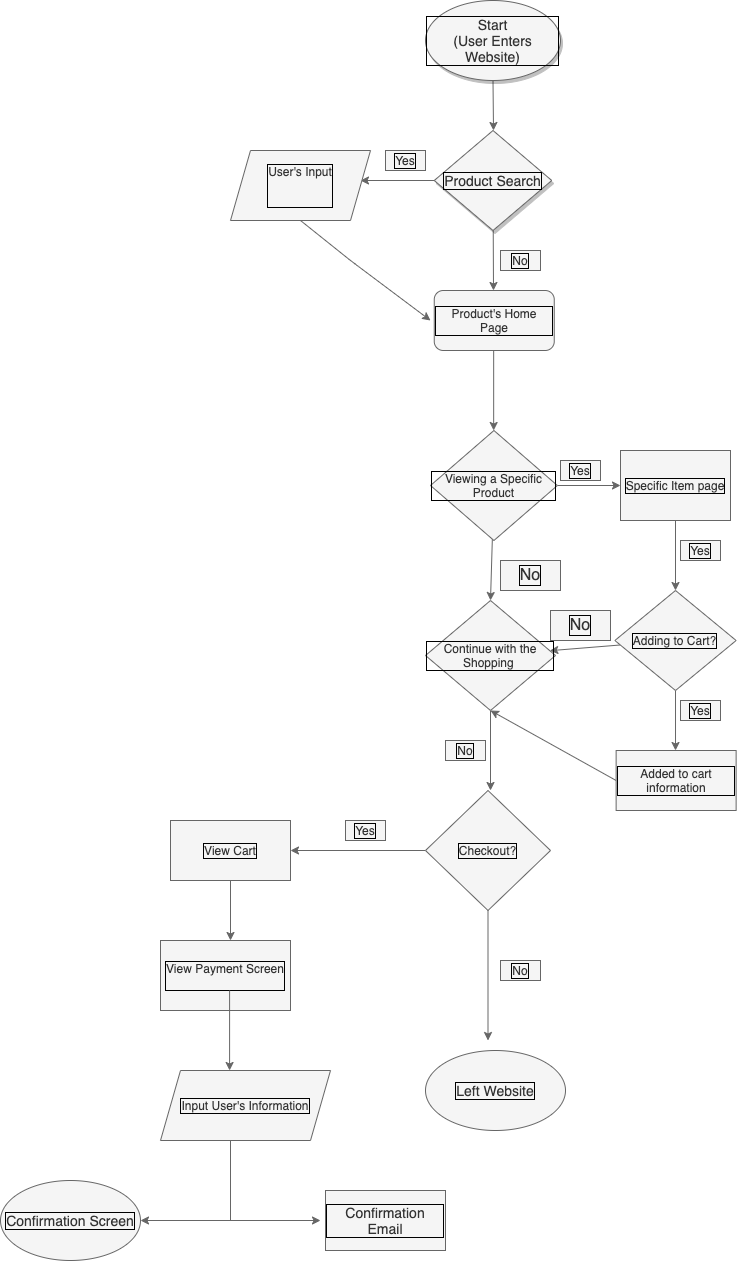
The draw.io diagram explore/diagramming/diagram.drawio.png in namburiamit/sp23-cse110-lab4, before a commit. Source tidied: cells renumbered, new cells last; positions are measured from the earlier drawing's top-left corner, leaving out a move shared by most shapes.
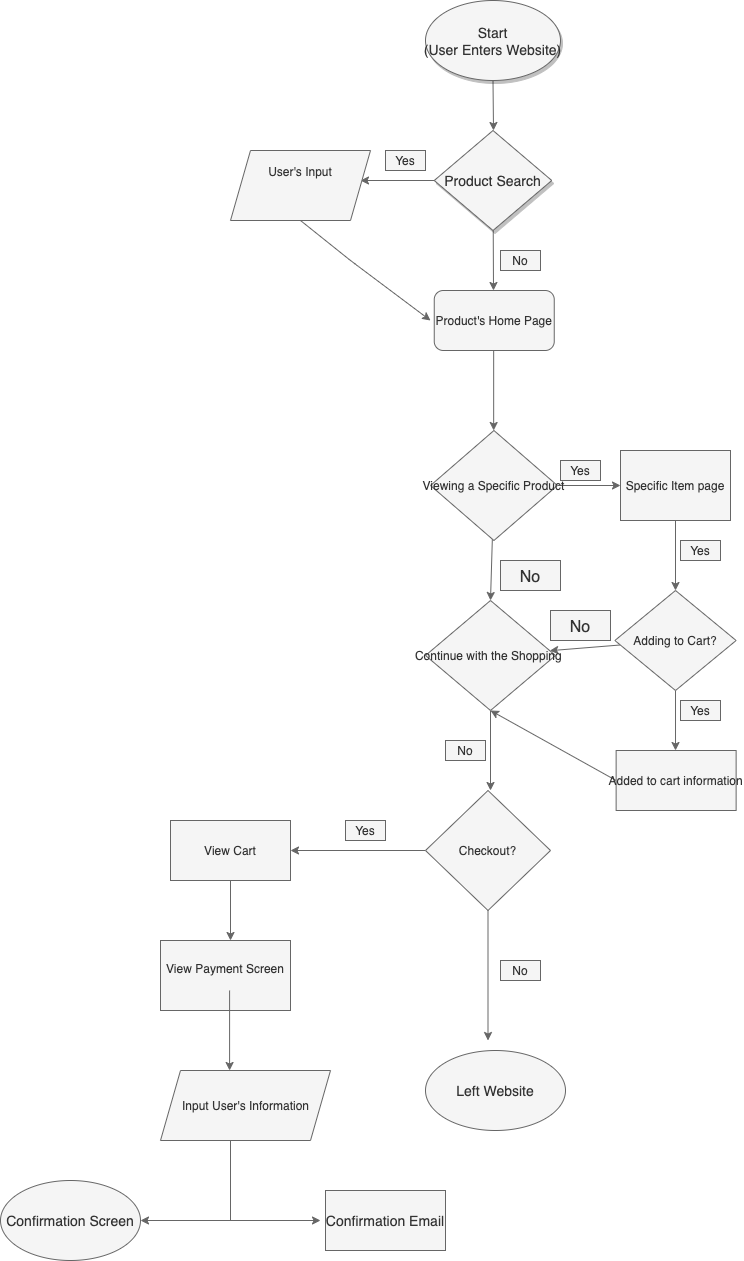
The same file after the commit.

What changed in the source:
```diff
@@ -2,40 +2,40 @@
   <root>
     <mxCell id="0" />
     <mxCell id="1" parent="0" />
-    <mxCell id="2" style="edgeStyle=none;fontSize=14;fillColor=#f5f5f5;strokeColor=#666666;fontColor=#000000;labelBorderColor=default;" parent="1" edge="1" source="3">
+    <mxCell id="2" style="edgeStyle=none;fontSize=14;fillColor=#f5f5f5;strokeColor=#666666;fontColor=#000000;labelBorderColor=none;" parent="1" edge="1" source="3">
       <mxGeometry relative="1" as="geometry">
         <mxPoint x="493" y="130" as="targetPoint" />
       </mxGeometry>
     </mxCell>
-    <mxCell id="3" value="Start&#10;(User Enters Website)" style="ellipse;whiteSpace=wrap;shadow=1;fontSize=14;fillColor=#f5f5f5;strokeColor=#666666;fontColor=#333333;labelBorderColor=default;" parent="1" vertex="1">
+    <mxCell id="3" value="Start&#10;(User Enters Website)" style="ellipse;shadow=1;fontSize=14;fillColor=#f5f5f5;strokeColor=#666666;fontColor=#333333;labelBorderColor=none;" parent="1" vertex="1">
       <mxGeometry x="425" width="135" height="80" as="geometry" />
     </mxCell>
-    <mxCell id="4" style="edgeStyle=none;fillColor=#f5f5f5;strokeColor=#666666;fontColor=#000000;labelBorderColor=default;" parent="1" edge="1" source="6">
+    <mxCell id="4" style="edgeStyle=none;fillColor=#f5f5f5;strokeColor=#666666;fontColor=#000000;labelBorderColor=none;" parent="1" edge="1" source="6">
       <mxGeometry relative="1" as="geometry">
         <mxPoint x="360" y="180" as="targetPoint" />
       </mxGeometry>
     </mxCell>
-    <mxCell id="5" style="edgeStyle=none;fontColor=#000000;fillColor=#f5f5f5;strokeColor=#666666;labelBorderColor=default;" parent="1" edge="1" source="6">
+    <mxCell id="5" style="edgeStyle=none;fontColor=#000000;fillColor=#f5f5f5;strokeColor=#666666;labelBorderColor=none;" parent="1" edge="1" source="6">
       <mxGeometry relative="1" as="geometry">
         <mxPoint x="493" y="290" as="targetPoint" />
       </mxGeometry>
     </mxCell>
-    <mxCell id="6" value="Product Search" style="rhombus;whiteSpace=wrap;shadow=1;fontSize=14;fillColor=#f5f5f5;strokeColor=#666666;fontColor=#333333;labelBorderColor=default;" parent="1" vertex="1">
+    <mxCell id="6" value="Product Search" style="rhombus;shadow=1;fontSize=14;fillColor=#f5f5f5;strokeColor=#666666;fontColor=#333333;labelBorderColor=none;" parent="1" vertex="1">
       <mxGeometry x="433.8" y="130" width="117.5" height="100" as="geometry" />
     </mxCell>
-    <mxCell id="7" value="Yes" style="text;align=center;verticalAlign=middle;whiteSpace=wrap;rounded=0;fillColor=#f5f5f5;strokeColor=#666666;fontColor=#333333;labelBorderColor=default;" parent="1" vertex="1">
+    <mxCell id="7" value="Yes" style="text;align=center;verticalAlign=middle;rounded=0;fillColor=#f5f5f5;strokeColor=#666666;fontColor=#333333;labelBorderColor=none;" parent="1" vertex="1">
       <mxGeometry x="385" y="150" width="40" height="20" as="geometry" />
     </mxCell>
-    <mxCell id="8" value="User's Input&#10;&#10;" style="shape=parallelogram;perimeter=parallelogramPerimeter;whiteSpace=wrap;fixedSize=1;fillColor=#f5f5f5;strokeColor=#666666;fontColor=#333333;labelBorderColor=default;" parent="1" vertex="1">
+    <mxCell id="8" value="User's Input&#10;&#10;" style="shape=parallelogram;perimeter=parallelogramPerimeter;fixedSize=1;fillColor=#f5f5f5;strokeColor=#666666;fontColor=#333333;labelBorderColor=none;" parent="1" vertex="1">
       <mxGeometry x="230" y="150" width="140" height="70" as="geometry" />
     </mxCell>
-    <mxCell id="9" value="Product's Home Page" style="rounded=1;whiteSpace=wrap;fillColor=#f5f5f5;strokeColor=#666666;fontColor=#333333;labelBorderColor=default;" parent="1" vertex="1">
+    <mxCell id="9" value="Product's Home Page" style="rounded=1;fillColor=#f5f5f5;strokeColor=#666666;fontColor=#333333;labelBorderColor=none;" parent="1" vertex="1">
       <mxGeometry x="433.8" y="290" width="120" height="60" as="geometry" />
     </mxCell>
-    <mxCell id="10" value="No" style="text;align=center;verticalAlign=middle;whiteSpace=wrap;rounded=0;fillColor=#f5f5f5;strokeColor=#666666;fontColor=#333333;labelBorderColor=default;" parent="1" vertex="1">
+    <mxCell id="10" value="No" style="text;align=center;verticalAlign=middle;rounded=0;fillColor=#f5f5f5;strokeColor=#666666;fontColor=#333333;labelBorderColor=none;" parent="1" vertex="1">
       <mxGeometry x="500" y="250" width="40" height="20" as="geometry" />
     </mxCell>
-    <mxCell id="11" style="edgeStyle=none;exitX=0.5;exitY=1;exitDx=0;exitDy=0;fillColor=#f5f5f5;strokeColor=#666666;fontColor=#000000;labelBorderColor=default;" parent="1" edge="1" source="8">
+    <mxCell id="11" style="edgeStyle=none;exitX=0.5;exitY=1;exitDx=0;exitDy=0;fillColor=#f5f5f5;strokeColor=#666666;fontColor=#000000;labelBorderColor=none;" parent="1" edge="1" source="8">
       <mxGeometry relative="1" as="geometry">
         <mxPoint x="430" y="320" as="targetPoint" />
         <Array as="points">
@@ -43,137 +43,137 @@
         </Array>
       </mxGeometry>
     </mxCell>
-    <mxCell id="12" style="edgeStyle=none;fontColor=#000000;fillColor=#f5f5f5;strokeColor=#666666;labelBorderColor=default;" parent="1" edge="1">
+    <mxCell id="12" style="edgeStyle=none;fontColor=#000000;fillColor=#f5f5f5;strokeColor=#666666;labelBorderColor=none;" parent="1" edge="1">
       <mxGeometry relative="1" as="geometry">
         <mxPoint x="493.2" y="350" as="sourcePoint" />
         <mxPoint x="493.2" y="430" as="targetPoint" />
       </mxGeometry>
     </mxCell>
-    <mxCell id="13" style="edgeStyle=none;entryX=0;entryY=0.5;entryDx=0;entryDy=0;fontColor=#000000;fillColor=#f5f5f5;strokeColor=#666666;labelBorderColor=default;" parent="1" edge="1" source="15" target="17">
+    <mxCell id="13" style="edgeStyle=none;entryX=0;entryY=0.5;entryDx=0;entryDy=0;fontColor=#000000;fillColor=#f5f5f5;strokeColor=#666666;labelBorderColor=none;" parent="1" edge="1" source="15" target="17">
       <mxGeometry relative="1" as="geometry" />
     </mxCell>
-    <mxCell id="14" style="edgeStyle=none;entryX=0.5;entryY=0;entryDx=0;entryDy=0;fontColor=#000000;fillColor=#f5f5f5;strokeColor=#666666;labelBorderColor=default;" parent="1" edge="1" source="15" target="27">
+    <mxCell id="14" style="edgeStyle=none;entryX=0.5;entryY=0;entryDx=0;entryDy=0;fontColor=#000000;fillColor=#f5f5f5;strokeColor=#666666;labelBorderColor=none;" parent="1" edge="1" source="15" target="27">
       <mxGeometry relative="1" as="geometry" />
     </mxCell>
-    <mxCell id="15" value="Viewing a Specific Product" style="rhombus;whiteSpace=wrap;fillColor=#f5f5f5;strokeColor=#666666;fontColor=#333333;labelBorderColor=default;" parent="1" vertex="1">
+    <mxCell id="15" value="Viewing a Specific Product" style="rhombus;fillColor=#f5f5f5;strokeColor=#666666;fontColor=#333333;labelBorderColor=none;" parent="1" vertex="1">
       <mxGeometry x="430" y="430" width="126.9" height="110" as="geometry" />
     </mxCell>
-    <mxCell id="16" style="edgeStyle=none;fontColor=#000000;fillColor=#f5f5f5;strokeColor=#666666;labelBorderColor=default;" parent="1" edge="1" source="17">
+    <mxCell id="16" style="edgeStyle=none;fontColor=#000000;fillColor=#f5f5f5;strokeColor=#666666;labelBorderColor=none;" parent="1" edge="1" source="17">
       <mxGeometry relative="1" as="geometry">
         <mxPoint x="675" y="590" as="targetPoint" />
       </mxGeometry>
     </mxCell>
-    <mxCell id="17" value="Specific Item page" style="whiteSpace=wrap;fillColor=#f5f5f5;strokeColor=#666666;fontColor=#333333;labelBorderColor=default;" parent="1" vertex="1">
+    <mxCell id="17" value="Specific Item page" style="fillColor=#f5f5f5;strokeColor=#666666;fontColor=#333333;labelBorderColor=none;" parent="1" vertex="1">
       <mxGeometry x="620" y="450" width="110" height="70" as="geometry" />
     </mxCell>
-    <mxCell id="18" value="Yes" style="text;align=center;verticalAlign=middle;whiteSpace=wrap;rounded=0;fillColor=#f5f5f5;strokeColor=#666666;fontColor=#333333;labelBorderColor=default;" parent="1" vertex="1">
+    <mxCell id="18" value="Yes" style="text;align=center;verticalAlign=middle;rounded=0;fillColor=#f5f5f5;strokeColor=#666666;fontColor=#333333;labelBorderColor=none;" parent="1" vertex="1">
       <mxGeometry x="560" y="460" width="40" height="20" as="geometry" />
     </mxCell>
-    <mxCell id="19" value="Yes" style="text;align=center;verticalAlign=middle;whiteSpace=wrap;rounded=0;fillColor=#f5f5f5;strokeColor=#666666;fontColor=#333333;labelBorderColor=default;" parent="1" vertex="1">
+    <mxCell id="19" value="Yes" style="text;align=center;verticalAlign=middle;rounded=0;fillColor=#f5f5f5;strokeColor=#666666;fontColor=#333333;labelBorderColor=none;" parent="1" vertex="1">
       <mxGeometry x="680" y="540" width="40" height="20" as="geometry" />
     </mxCell>
-    <mxCell id="20" style="edgeStyle=none;fontColor=#000000;fillColor=#f5f5f5;strokeColor=#666666;labelBorderColor=default;" parent="1" edge="1" source="22">
+    <mxCell id="20" style="edgeStyle=none;fontColor=#000000;fillColor=#f5f5f5;strokeColor=#666666;labelBorderColor=none;" parent="1" edge="1" source="22">
       <mxGeometry relative="1" as="geometry">
         <mxPoint x="675" y="750" as="targetPoint" />
       </mxGeometry>
     </mxCell>
-    <mxCell id="21" style="edgeStyle=none;fontColor=#000000;fillColor=#f5f5f5;strokeColor=#666666;labelBorderColor=default;" parent="1" edge="1" source="22" target="27">
+    <mxCell id="21" style="edgeStyle=none;fontColor=#000000;fillColor=#f5f5f5;strokeColor=#666666;labelBorderColor=none;" parent="1" edge="1" source="22" target="27">
       <mxGeometry relative="1" as="geometry" />
     </mxCell>
-    <mxCell id="22" value="Adding to Cart?" style="rhombus;whiteSpace=wrap;fillColor=#f5f5f5;strokeColor=#666666;fontColor=#333333;labelBorderColor=default;" parent="1" vertex="1">
+    <mxCell id="22" value="Adding to Cart?" style="rhombus;fillColor=#f5f5f5;strokeColor=#666666;fontColor=#333333;labelBorderColor=none;" parent="1" vertex="1">
       <mxGeometry x="614.4" y="590" width="121.2" height="100" as="geometry" />
     </mxCell>
-    <mxCell id="23" value="Yes" style="text;align=center;verticalAlign=middle;whiteSpace=wrap;rounded=0;fillColor=#f5f5f5;strokeColor=#666666;fontColor=#333333;labelBorderColor=default;" parent="1" vertex="1">
+    <mxCell id="23" value="Yes" style="text;align=center;verticalAlign=middle;rounded=0;fillColor=#f5f5f5;strokeColor=#666666;fontColor=#333333;labelBorderColor=none;" parent="1" vertex="1">
       <mxGeometry x="680" y="700" width="40" height="20" as="geometry" />
     </mxCell>
-    <mxCell id="24" style="edgeStyle=none;exitX=0;exitY=0.5;exitDx=0;exitDy=0;entryX=0.5;entryY=1;entryDx=0;entryDy=0;fontColor=#000000;fillColor=#f5f5f5;strokeColor=#666666;labelBorderColor=default;" parent="1" edge="1" source="25" target="27">
+    <mxCell id="24" style="edgeStyle=none;exitX=0;exitY=0.5;exitDx=0;exitDy=0;entryX=0.5;entryY=1;entryDx=0;entryDy=0;fontColor=#000000;fillColor=#f5f5f5;strokeColor=#666666;labelBorderColor=none;" parent="1" edge="1" source="25" target="27">
       <mxGeometry relative="1" as="geometry" />
     </mxCell>
-    <mxCell id="25" value="Added to cart information" style="whiteSpace=wrap;fillColor=#f5f5f5;strokeColor=#666666;fontColor=#333333;labelBorderColor=default;" parent="1" vertex="1">
+    <mxCell id="25" value="Added to cart information" style="fillColor=#f5f5f5;strokeColor=#666666;fontColor=#333333;labelBorderColor=none;" parent="1" vertex="1">
       <mxGeometry x="615.6" y="750" width="120" height="60" as="geometry" />
     </mxCell>
-    <mxCell id="26" style="edgeStyle=none;fontColor=#000000;fillColor=#f5f5f5;strokeColor=#666666;labelBorderColor=default;" parent="1" edge="1">
+    <mxCell id="26" style="edgeStyle=none;fontColor=#000000;fillColor=#f5f5f5;strokeColor=#666666;labelBorderColor=none;" parent="1" edge="1">
       <mxGeometry relative="1" as="geometry">
         <mxPoint x="490" y="710" as="sourcePoint" />
         <mxPoint x="490" y="790" as="targetPoint" />
       </mxGeometry>
     </mxCell>
-    <mxCell id="27" value="Continue with the Shopping " style="rhombus;whiteSpace=wrap;fillColor=#f5f5f5;strokeColor=#666666;fontColor=#333333;labelBorderColor=default;" parent="1" vertex="1">
+    <mxCell id="27" value="Continue with the Shopping " style="rhombus;fillColor=#f5f5f5;strokeColor=#666666;fontColor=#333333;labelBorderColor=none;" parent="1" vertex="1">
       <mxGeometry x="425" y="600" width="130" height="110" as="geometry" />
     </mxCell>
-    <mxCell id="28" value="No" style="text;align=center;verticalAlign=middle;whiteSpace=wrap;rounded=0;fillColor=#f5f5f5;strokeColor=#666666;fontColor=#333333;labelBorderColor=default;" parent="1" vertex="1">
+    <mxCell id="28" value="No" style="text;align=center;verticalAlign=middle;rounded=0;fillColor=#f5f5f5;strokeColor=#666666;fontColor=#333333;labelBorderColor=none;" parent="1" vertex="1">
       <mxGeometry x="445" y="740" width="40" height="20" as="geometry" />
     </mxCell>
-    <mxCell id="29" style="edgeStyle=none;fontColor=#000000;fillColor=#f5f5f5;strokeColor=#666666;labelBorderColor=default;" parent="1" edge="1" source="31">
+    <mxCell id="29" style="edgeStyle=none;fontColor=#000000;fillColor=#f5f5f5;strokeColor=#666666;labelBorderColor=none;" parent="1" edge="1" source="31">
       <mxGeometry relative="1" as="geometry">
         <mxPoint x="290" y="850" as="targetPoint" />
       </mxGeometry>
     </mxCell>
-    <mxCell id="30" style="edgeStyle=none;fontSize=16;fontColor=#000000;fillColor=#f5f5f5;strokeColor=#666666;labelBorderColor=default;" parent="1" edge="1" source="31">
+    <mxCell id="30" style="edgeStyle=none;fontSize=16;fontColor=#000000;fillColor=#f5f5f5;strokeColor=#666666;labelBorderColor=none;" parent="1" edge="1" source="31">
       <mxGeometry relative="1" as="geometry">
         <mxPoint x="487.5" y="1040" as="targetPoint" />
       </mxGeometry>
     </mxCell>
-    <mxCell id="31" value="Checkout?" style="rhombus;whiteSpace=wrap;fillColor=#f5f5f5;strokeColor=#666666;fontColor=#333333;labelBorderColor=default;" parent="1" vertex="1">
+    <mxCell id="31" value="Checkout?" style="rhombus;fillColor=#f5f5f5;strokeColor=#666666;fontColor=#333333;labelBorderColor=none;" parent="1" vertex="1">
       <mxGeometry x="425" y="790" width="125" height="120" as="geometry" />
     </mxCell>
-    <mxCell id="32" value="Yes" style="text;align=center;verticalAlign=middle;whiteSpace=wrap;rounded=0;fillColor=#f5f5f5;strokeColor=#666666;fontColor=#333333;labelBorderColor=default;" parent="1" vertex="1">
+    <mxCell id="32" value="Yes" style="text;align=center;verticalAlign=middle;rounded=0;fillColor=#f5f5f5;strokeColor=#666666;fontColor=#333333;labelBorderColor=none;" parent="1" vertex="1">
       <mxGeometry x="345" y="820" width="40" height="20" as="geometry" />
     </mxCell>
-    <mxCell id="33" style="edgeStyle=none;fontColor=#000000;fillColor=#f5f5f5;strokeColor=#666666;labelBorderColor=default;" parent="1" edge="1" source="34">
+    <mxCell id="33" style="edgeStyle=none;fontColor=#000000;fillColor=#f5f5f5;strokeColor=#666666;labelBorderColor=none;" parent="1" edge="1" source="34">
       <mxGeometry relative="1" as="geometry">
         <mxPoint x="230" y="940" as="targetPoint" />
       </mxGeometry>
     </mxCell>
-    <mxCell id="34" value="View Cart" style="whiteSpace=wrap;fillColor=#f5f5f5;strokeColor=#666666;fontColor=#333333;labelBorderColor=default;" parent="1" vertex="1">
+    <mxCell id="34" value="View Cart" style="fillColor=#f5f5f5;strokeColor=#666666;fontColor=#333333;labelBorderColor=none;" parent="1" vertex="1">
       <mxGeometry x="170" y="820" width="120" height="60" as="geometry" />
     </mxCell>
-    <mxCell id="35" value="View Payment Screen&#10;" style="whiteSpace=wrap;fillColor=#f5f5f5;strokeColor=#666666;fontColor=#333333;labelBorderColor=default;" parent="1" vertex="1">
+    <mxCell id="35" value="View Payment Screen&#10;" style="fillColor=#f5f5f5;strokeColor=#666666;fontColor=#333333;labelBorderColor=none;" parent="1" vertex="1">
       <mxGeometry x="160" y="940" width="130" height="70" as="geometry" />
     </mxCell>
-    <mxCell id="36" style="endArrow=none;fontSize=14;fontColor=#000000;exitX=0.5;exitY=1;exitDx=0;exitDy=0;fillColor=#f5f5f5;strokeColor=#666666;labelBorderColor=default;" parent="1" edge="1">
+    <mxCell id="36" style="endArrow=none;fontSize=14;fontColor=#000000;exitX=0.5;exitY=1;exitDx=0;exitDy=0;fillColor=#f5f5f5;strokeColor=#666666;labelBorderColor=none;" parent="1" edge="1">
       <mxGeometry relative="1" as="geometry">
         <mxPoint x="230" y="1140" as="sourcePoint" />
         <mxPoint x="230" y="1220" as="targetPoint" />
       </mxGeometry>
     </mxCell>
-    <mxCell id="37" style="edgeStyle=none;fontColor=#000000;fillColor=#f5f5f5;strokeColor=#666666;labelBorderColor=default;" parent="1" edge="1">
+    <mxCell id="37" style="edgeStyle=none;fontColor=#000000;fillColor=#f5f5f5;strokeColor=#666666;labelBorderColor=none;" parent="1" edge="1">
       <mxGeometry relative="1" as="geometry">
         <mxPoint x="229.1" y="990" as="sourcePoint" />
         <mxPoint x="229.1" y="1070" as="targetPoint" />
       </mxGeometry>
     </mxCell>
-    <mxCell id="38" style="edgeStyle=none;fontColor=#000000;fillColor=#f5f5f5;strokeColor=#666666;labelBorderColor=default;" parent="1" edge="1">
+    <mxCell id="38" style="edgeStyle=none;fontColor=#000000;fillColor=#f5f5f5;strokeColor=#666666;labelBorderColor=none;" parent="1" edge="1">
       <mxGeometry relative="1" as="geometry">
         <mxPoint x="229.1" y="1220" as="sourcePoint" />
         <mxPoint x="320" y="1220" as="targetPoint" />
       </mxGeometry>
     </mxCell>
-    <mxCell id="39" style="edgeStyle=none;fontColor=#000000;fillColor=#f5f5f5;strokeColor=#666666;labelBorderColor=default;" parent="1" edge="1">
+    <mxCell id="39" style="edgeStyle=none;fontColor=#000000;fillColor=#f5f5f5;strokeColor=#666666;labelBorderColor=none;" parent="1" edge="1">
       <mxGeometry relative="1" as="geometry">
         <mxPoint x="239.1" y="1220" as="sourcePoint" />
         <mxPoint x="140" y="1220" as="targetPoint" />
       </mxGeometry>
     </mxCell>
-    <mxCell id="40" value="Confirmation Email" style="whiteSpace=wrap;fontSize=14;fillColor=#f5f5f5;strokeColor=#666666;fontColor=#333333;labelBorderColor=default;" parent="1" vertex="1">
+    <mxCell id="40" value="Confirmation Email" style="fontSize=14;fillColor=#f5f5f5;strokeColor=#666666;fontColor=#333333;labelBorderColor=none;" parent="1" vertex="1">
       <mxGeometry x="325" y="1190" width="120" height="60" as="geometry" />
     </mxCell>
-    <mxCell id="41" value="Confirmation Screen" style="ellipse;whiteSpace=wrap;fontSize=14;fillColor=#f5f5f5;strokeColor=#666666;fontColor=#333333;labelBorderColor=default;" parent="1" vertex="1">
+    <mxCell id="41" value="Confirmation Screen" style="ellipse;fontSize=14;fillColor=#f5f5f5;strokeColor=#666666;fontColor=#333333;labelBorderColor=none;" parent="1" vertex="1">
       <mxGeometry y="1180" width="140" height="80" as="geometry" />
     </mxCell>
-    <mxCell id="42" value="No" style="text;align=center;verticalAlign=middle;whiteSpace=wrap;rounded=0;fillColor=#f5f5f5;strokeColor=#666666;fontColor=#333333;labelBorderColor=default;" parent="1" vertex="1">
+    <mxCell id="42" value="No" style="text;align=center;verticalAlign=middle;rounded=0;fillColor=#f5f5f5;strokeColor=#666666;fontColor=#333333;labelBorderColor=none;" parent="1" vertex="1">
       <mxGeometry x="500" y="960" width="40" height="20" as="geometry" />
     </mxCell>
-    <mxCell id="43" value="Left Website" style="ellipse;whiteSpace=wrap;fontSize=14;fillColor=#f5f5f5;strokeColor=#666666;fontColor=#333333;labelBorderColor=default;" parent="1" vertex="1">
+    <mxCell id="43" value="Left Website" style="ellipse;fontSize=14;fillColor=#f5f5f5;strokeColor=#666666;fontColor=#333333;labelBorderColor=none;" parent="1" vertex="1">
       <mxGeometry x="425" y="1050" width="140" height="80" as="geometry" />
     </mxCell>
-    <mxCell id="44" value="No" style="text;align=center;verticalAlign=middle;whiteSpace=wrap;rounded=0;fontSize=16;fillColor=#f5f5f5;strokeColor=#666666;fontColor=#333333;labelBorderColor=default;" parent="1" vertex="1">
+    <mxCell id="44" value="No" style="text;align=center;verticalAlign=middle;rounded=0;fontSize=16;fillColor=#f5f5f5;strokeColor=#666666;fontColor=#333333;labelBorderColor=none;" parent="1" vertex="1">
       <mxGeometry x="500" y="560" width="60" height="30" as="geometry" />
     </mxCell>
-    <mxCell id="45" value="No" style="text;align=center;verticalAlign=middle;whiteSpace=wrap;rounded=0;fontSize=16;fillColor=#f5f5f5;strokeColor=#666666;fontColor=#333333;labelBorderColor=default;" parent="1" vertex="1">
+    <mxCell id="45" value="No" style="text;align=center;verticalAlign=middle;rounded=0;fontSize=16;fillColor=#f5f5f5;strokeColor=#666666;fontColor=#333333;labelBorderColor=none;" parent="1" vertex="1">
       <mxGeometry x="550" y="610" width="60" height="30" as="geometry" />
     </mxCell>
-    <mxCell id="46" value="Input User's Information" style="shape=parallelogram;perimeter=parallelogramPerimeter;whiteSpace=wrap;html=1;fixedSize=1;fillColor=#f5f5f5;strokeColor=#666666;fontColor=#333333;labelBorderColor=default;" parent="1" vertex="1">
+    <mxCell id="46" value="Input User's Information" style="shape=parallelogram;perimeter=parallelogramPerimeter;html=1;fixedSize=1;fillColor=#f5f5f5;strokeColor=#666666;fontColor=#333333;labelBorderColor=none;" parent="1" vertex="1">
       <mxGeometry x="160" y="1070" width="170" height="70" as="geometry" />
     </mxCell>
   </root>
```
